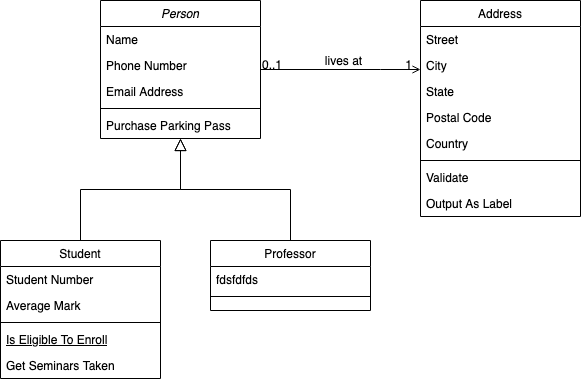
The draw.io diagram diagram.png in frevib/drawio-github, before a commit. Source tidied: cells renumbered, new cells last; positions are measured from the earlier drawing's top-left corner, leaving out a move shared by most shapes.
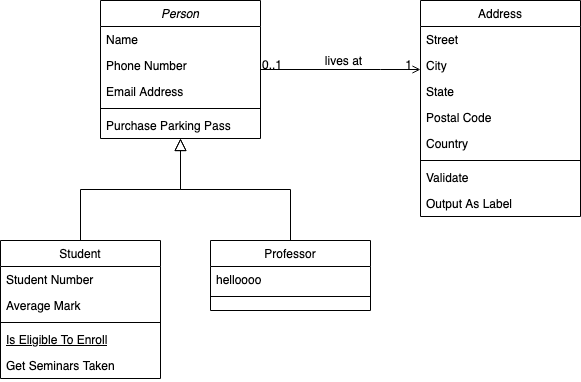
Later version of the same file.

Diff of the diagram source:
```diff
@@ -49,7 +49,7 @@
     <mxCell id="15" value="Professor" style="swimlane;fontStyle=0;align=center;verticalAlign=top;horizontal=1;startSize=26;swimlaneFillColor=#ffffff;rounded=0;shadow=0;strokeWidth=1;" parent="1" vertex="1">
       <mxGeometry x="210" y="240" width="160" height="70" as="geometry" />
     </mxCell>
-    <mxCell id="16" value="fdsfdfds" style="text;strokeColor=none;fillColor=none;align=left;verticalAlign=top;spacingLeft=4;spacingRight=4;overflow=hidden;" parent="15" vertex="1">
+    <mxCell id="16" value="helloooo" style="text;strokeColor=none;fillColor=none;align=left;verticalAlign=top;spacingLeft=4;spacingRight=4;overflow=hidden;" parent="15" vertex="1">
       <mxGeometry y="26" width="160" height="26" as="geometry" />
     </mxCell>
     <mxCell id="17" style="line;html=1;strokeWidth=1;fillColor=none;align=left;verticalAlign=middle;spacingTop=-1;spacingLeft=3;spacingRight=3;labelPosition=right;" parent="15" vertex="1">
```
